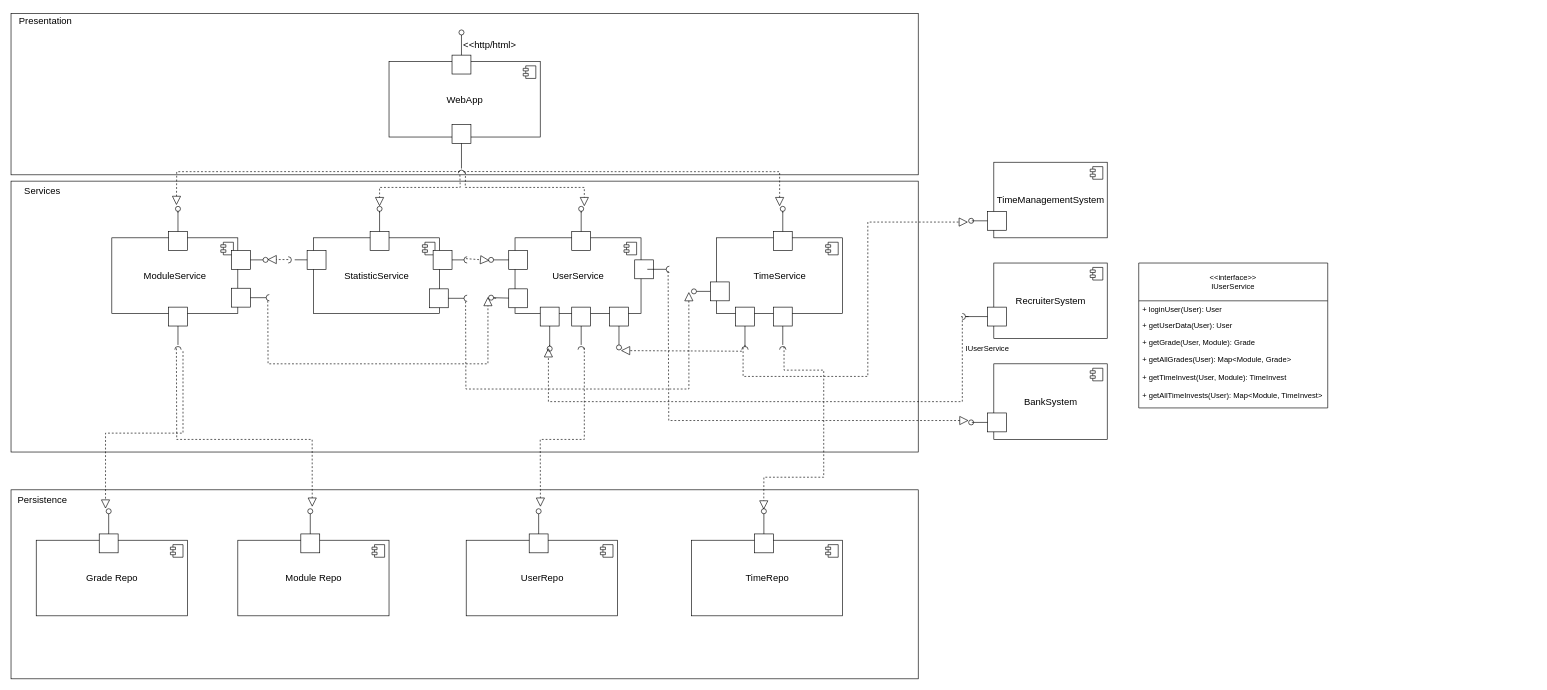
This is Diagrams/component.drawio from LeaRain/Studentrack, a draw.io file, before an edit. Source tidied: cells renumbered, new cells numbered last; positions are measured from the earlier drawing's top-left corner, leaving out a move shared by most shapes. Both pictures are drawn from the tidied source at 63%, with x=0, y=0 at pixel (11, 11).
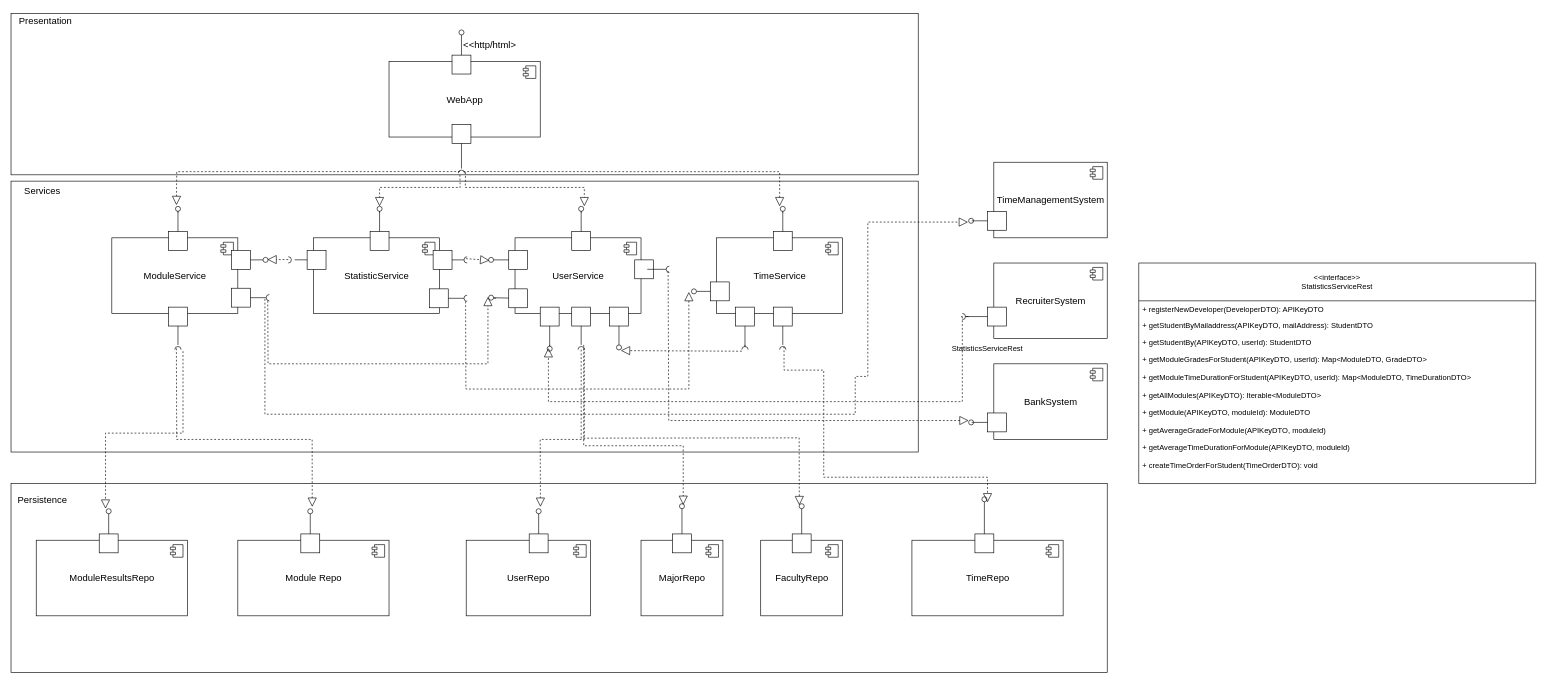
The same diagram, later.

Commit message (it also covers changes not shown here):
UML updates, API updates

The change refers to these unchanged cells:
```xml
<mxCell id="37" style="shape=requiredInterface;html=1;fontSize=11;align=center;fillColor=none;points=[];verticalAlign=bottom;labelPosition=center;verticalLabelPosition=top;flipH=1;rotation=90;" parent="1" vertex="1">
  <mxGeometry x="902.5" y="530" width="5" height="10" as="geometry" />
</mxCell>
<mxCell id="46" style="shape=requiredInterface;html=1;fontSize=11;align=center;fillColor=none;points=[];verticalAlign=bottom;labelPosition=center;verticalLabelPosition=top;flipH=1;rotation=90;" parent="1" vertex="1">
  <mxGeometry x="1222.5" y="530" width="5" height="10" as="geometry" />
</mxCell>
<mxCell id="84" style="shape=requiredInterface;html=1;fontSize=11;align=center;fillColor=none;points=[];verticalAlign=bottom;labelPosition=center;verticalLabelPosition=top;flipH=1;" parent="1" vertex="1">
  <mxGeometry x="405" y="450" width="5" height="10" as="geometry" />
</mxCell>
<mxCell id="125" style="shape=requiredInterface;html=1;fontSize=11;align=center;fillColor=none;points=[];verticalAlign=bottom;labelPosition=center;verticalLabelPosition=top;flipH=1;rotation=90;" parent="1" vertex="1">
  <mxGeometry x="1162.5" y="530" width="5" height="10" as="geometry" />
</mxCell>
<mxCell id="127" style="ellipse;html=1;fontSize=11;align=center;fillColor=none;points=[];verticalAlign=bottom;labelPosition=center;verticalLabelPosition=top;flipH=1;" parent="1" vertex="1">
  <mxGeometry x="1520" y="329" width="8" height="8" as="geometry" />
</mxCell>
```

What changed in the source:
```diff
@@
     <mxCell id="2" style="rounded=0;whiteSpace=wrap;html=1;" parent="1" vertex="1">
-      <mxGeometry y="760" width="1440" height="300" as="geometry" />
+      <mxGeometry y="750" width="1740" height="300" as="geometry" />
     </mxCell>
@@
-    <mxCell id="99" style="endArrow=block;dashed=1;endFill=0;endSize=12;html=1;rounded=0;exitX=0.7;exitY=0.8;exitDx=0;exitDy=0;exitPerimeter=0;startArrow=none;entryX=1.125;entryY=0.75;entryDx=0;entryDy=0;entryPerimeter=0;" parent="1" edge="1" source="125" target="127">
+    <mxCell id="99" style="endArrow=block;dashed=1;endFill=0;endSize=12;html=1;rounded=0;startArrow=none;entryX=1.125;entryY=0.75;entryDx=0;entryDy=0;entryPerimeter=0;exitX=1.4;exitY=0.7;exitDx=0;exitDy=0;exitPerimeter=0;" parent="1" edge="1" source="84" target="127">
       <mxGeometry relative="1" as="geometry">
         <Array as="points">
-          <mxPoint x="1162" y="580" />
+          <mxPoint x="403" y="640" />
+          <mxPoint x="790" y="640" />
+          <mxPoint x="1340" y="640" />
           <mxPoint x="1340" y="580" />
           <mxPoint x="1360" y="580" />
           <mxPoint x="1360" y="335" />
         </Array>
       </mxGeometry>
     </mxCell>
@@
     <mxCell id="110" value="&lt;font style=&quot;font-size: 15px&quot;&gt;UserRepo&lt;/font&gt;" style="html=1;" parent="1" vertex="1">
-      <mxGeometry x="722.5" y="840" width="240" height="120" as="geometry" />
+      <mxGeometry x="722.5" y="840" width="197.5" height="120" as="geometry" />
     </mxCell>
@@
     <mxCell id="115" value="&lt;font style=&quot;font-size: 15px&quot;&gt;TimeRepo&lt;/font&gt;" style="html=1;" parent="1" vertex="1">
-      <mxGeometry x="1080" y="840" width="240" height="120" as="geometry" />
+      <mxGeometry x="1430" y="840" width="240" height="120" as="geometry" />
     </mxCell>
@@
     <mxCell id="117" style="html=1;rounded=0;fontSize=15;" parent="1" vertex="1">
-      <mxGeometry x="1180" y="830" width="30" height="30" as="geometry" />
+      <mxGeometry x="1530" y="830" width="30" height="30" as="geometry" />
     </mxCell>
@@
     <mxCell id="119" style="ellipse;html=1;fontSize=11;align=center;fillColor=none;points=[];verticalAlign=bottom;labelPosition=center;verticalLabelPosition=top;flipH=1;" parent="1" vertex="1">
-      <mxGeometry x="1191" y="790" width="8" height="8" as="geometry" />
+      <mxGeometry x="1541" y="771" width="8" height="8" as="geometry" />
     </mxCell>
@@
-    <mxCell id="122" style="endArrow=block;dashed=1;endFill=0;endSize=12;html=1;rounded=0;exitX=0.986;exitY=0.299;exitDx=0;exitDy=0;exitPerimeter=0;entryX=0.527;entryY=0.182;entryDx=0;entryDy=0;entryPerimeter=0;" parent="1" edge="1" source="46" target="119">
+    <mxCell id="122" style="endArrow=block;dashed=1;endFill=0;endSize=12;html=1;rounded=0;exitX=0.986;exitY=0.299;exitDx=0;exitDy=0;exitPerimeter=0;entryX=-0.125;entryY=1.125;entryDx=0;entryDy=0;entryPerimeter=0;" parent="1" edge="1" source="46" target="119">
       <mxGeometry relative="1" as="geometry">
         <Array as="points">
           <mxPoint x="1227" y="570" />
           <mxPoint x="1290" y="570" />
           <mxPoint x="1290" y="740" />
-          <mxPoint x="1195" y="740" />
+          <mxPoint x="1550" y="740" />
         </Array>
       </mxGeometry>
     </mxCell>
@@
-    <mxCell id="140" value="IUserService" style="text;html=1;strokeColor=none;fillColor=none;align=center;verticalAlign=middle;whiteSpace=wrap;rounded=0;" parent="1" vertex="1">
+    <mxCell id="140" value="StatisticsServiceRest" style="text;html=1;strokeColor=none;fillColor=none;align=center;verticalAlign=middle;whiteSpace=wrap;rounded=0;" parent="1" vertex="1">
       <mxGeometry x="1520" y="521" width="60" height="30" as="geometry" />
     </mxCell>
-    <mxCell id="141" value="&lt;&lt;interface&gt;&gt;&#10;IUserService" style="swimlane;fontStyle=0;horizontal=1;startSize=60;fillColor=none;" parent="1" vertex="1">
-      <mxGeometry x="1790" y="400" width="300" height="230" as="geometry" />
+    <mxCell id="141" value="&lt;&lt;interface&gt;&gt;&#10;StatisticsServiceRest" style="swimlane;fontStyle=0;horizontal=1;startSize=60;fillColor=none;" parent="1" vertex="1">
+      <mxGeometry x="1790" y="400" width="630" height="350" as="geometry" />
     </mxCell>
-    <mxCell id="142" value="+ loginUser(User): User" style="text;strokeColor=none;fillColor=none;align=left;verticalAlign=top;spacingLeft=4;spacingRight=4;overflow=hidden;" parent="141" vertex="1">
-      <mxGeometry y="60" width="300" height="26" as="geometry" />
+    <mxCell id="142" value="+ registerNewDeveloper(DeveloperDTO): APIKeyDTO" style="text;strokeColor=none;fillColor=none;align=left;verticalAlign=top;spacingLeft=4;spacingRight=4;overflow=hidden;" parent="141" vertex="1">
+      <mxGeometry y="60" width="630" height="26" as="geometry" />
     </mxCell>
-    <mxCell id="143" value="+ getUserData(User): User" style="text;strokeColor=none;fillColor=none;align=left;verticalAlign=top;spacingLeft=4;spacingRight=4;overflow=hidden;" parent="141" vertex="1">
-      <mxGeometry y="86" width="300" height="26" as="geometry" />
+    <mxCell id="143" value="+ getStudentByMailaddress(APIKeyDTO, mailAddress): StudentDTO" style="text;strokeColor=none;fillColor=none;align=left;verticalAlign=top;spacingLeft=4;spacingRight=4;overflow=hidden;" parent="141" vertex="1">
+      <mxGeometry y="86" width="630" height="26" as="geometry" />
     </mxCell>
-    <mxCell id="144" value="+ getGrade(User, Module): Grade&#10;&#10;+ getAllGrades(User): Map&lt;Module, Grade&gt;&#10;&#10;+ getTimeInvest(User, Module): TimeInvest&#10;&#10;+ getAllTimeInvests(User): Map&lt;Module, TimeInvest&gt;" style="text;strokeColor=none;fillColor=none;align=left;verticalAlign=top;spacingLeft=4;spacingRight=4;overflow=hidden;" parent="141" vertex="1">
-      <mxGeometry y="112" width="300" height="118" as="geometry" />
+    <mxCell id="144" value="+ getStudentBy(APIKeyDTO, userId): StudentDTO&#10;&#10;+ getModuleGradesForStudent(APIKeyDTO, userId): Map&lt;ModuleDTO, GradeDTO&gt;&#10;&#10;+ getModuleTimeDurationForStudent(APIKeyDTO, userId): Map&lt;ModuleDTO, TimeDurationDTO&gt;&#10;&#10;+ getAllModules(APIKeyDTO): Iterable&lt;ModuleDTO&gt;&#10;&#10;+ getModule(APIKeyDTO, moduleId): ModuleDTO&#10;&#10;+ getAverageGradeForModule(APIKeyDTO, moduleId)&#10;&#10;+ getAverageTimeDurationForModule(APIKeyDTO, moduleId)&#10;&#10;+ createTimeOrderForStudent(TimeOrderDTO): void" style="text;strokeColor=none;fillColor=none;align=left;verticalAlign=top;spacingLeft=4;spacingRight=4;overflow=hidden;" parent="141" vertex="1">
+      <mxGeometry y="112" width="630" height="238" as="geometry" />
     </mxCell>
-    <mxCell id="145" value="&lt;font style=&quot;font-size: 15px&quot;&gt;Grade Repo&lt;/font&gt;" style="html=1;" parent="1" vertex="1">
+    <mxCell id="145" value="&lt;font style=&quot;font-size: 15px&quot;&gt;ModuleResultsRepo&lt;br&gt;&lt;/font&gt;" style="html=1;" parent="1" vertex="1">
       <mxGeometry x="40" y="840" width="240" height="120" as="geometry" />
     </mxCell>
@@
+    <mxCell id="152" value="&lt;font style=&quot;font-size: 15px&quot;&gt;MajorRepo&lt;/font&gt;" style="html=1;" parent="1" vertex="1">
+      <mxGeometry x="1000" y="840" width="130" height="120" as="geometry" />
+    </mxCell>
+    <mxCell id="153" style="shape=module;jettyWidth=8;jettyHeight=4;" parent="152" vertex="1">
+      <mxGeometry x="1" width="20" height="20" relative="1" as="geometry">
+        <mxPoint x="-27" y="7" as="offset" />
+      </mxGeometry>
+    </mxCell>
+    <mxCell id="154" style="html=1;rounded=0;fontSize=15;" parent="1" vertex="1">
+      <mxGeometry x="1050" y="830" width="30" height="30" as="geometry" />
+    </mxCell>
+    <mxCell id="155" style="endArrow=none;html=1;rounded=0;align=center;verticalAlign=top;endFill=0;labelBackgroundColor=none;endSize=2;fontSize=15;" parent="1" edge="1" source="154" target="156">
+      <mxGeometry relative="1" as="geometry" />
+    </mxCell>
+    <mxCell id="156" style="ellipse;html=1;fontSize=11;align=center;fillColor=none;points=[];verticalAlign=bottom;labelPosition=center;verticalLabelPosition=top;flipH=1;" parent="1" vertex="1">
+      <mxGeometry x="1061" y="782" width="8" height="8" as="geometry" />
+    </mxCell>
+    <mxCell id="157" value="&lt;span style=&quot;font-size: 15px&quot;&gt;FacultyRepo&lt;/span&gt;" style="html=1;" parent="1" vertex="1">
+      <mxGeometry x="1190" y="840" width="130" height="120" as="geometry" />
+    </mxCell>
+    <mxCell id="158" style="shape=module;jettyWidth=8;jettyHeight=4;" parent="157" vertex="1">
+      <mxGeometry x="1" width="20" height="20" relative="1" as="geometry">
+        <mxPoint x="-27" y="7" as="offset" />
+      </mxGeometry>
+    </mxCell>
+    <mxCell id="159" style="html=1;rounded=0;fontSize=15;" parent="1" vertex="1">
+      <mxGeometry x="1240" y="830" width="30" height="30" as="geometry" />
+    </mxCell>
+    <mxCell id="160" style="endArrow=none;html=1;rounded=0;align=center;verticalAlign=top;endFill=0;labelBackgroundColor=none;endSize=2;fontSize=15;startArrow=none;" parent="1" edge="1" source="161">
+      <mxGeometry relative="1" as="geometry">
+        <mxPoint x="1255" y="790" as="targetPoint" />
+      </mxGeometry>
+    </mxCell>
+    <mxCell id="161" style="ellipse;html=1;fontSize=11;align=center;fillColor=none;points=[];verticalAlign=bottom;labelPosition=center;verticalLabelPosition=top;flipH=1;" parent="1" vertex="1">
+      <mxGeometry x="1251" y="782" width="8" height="8" as="geometry" />
+    </mxCell>
+    <mxCell id="162" style="endArrow=none;html=1;rounded=0;align=center;verticalAlign=top;endFill=0;labelBackgroundColor=none;endSize=2;fontSize=15;" parent="1" edge="1" source="159" target="161">
+      <mxGeometry relative="1" as="geometry" />
+    </mxCell>
+    <mxCell id="163" style="endArrow=block;dashed=1;endFill=0;endSize=12;html=1;rounded=0;entryX=0.25;entryY=0.25;entryDx=0;entryDy=0;entryPerimeter=0;exitX=1.5;exitY=0.1;exitDx=0;exitDy=0;exitPerimeter=0;" parent="1" edge="1" source="37" target="156">
+      <mxGeometry relative="1" as="geometry">
+        <Array as="points">
+          <mxPoint x="909" y="690" />
+          <mxPoint x="1067" y="690" />
+        </Array>
+      </mxGeometry>
+    </mxCell>
+    <mxCell id="164" style="endArrow=block;dashed=1;endFill=0;endSize=12;html=1;rounded=0;entryX=0.145;entryY=-0.373;entryDx=0;entryDy=0;entryPerimeter=0;" parent="1" edge="1" source="37">
+      <mxGeometry relative="1" as="geometry">
+        <mxPoint x="1251.3" y="784.5" as="targetPoint" />
+        <Array as="points">
+          <mxPoint x="905" y="678" />
+          <mxPoint x="1251" y="677.5" />
+        </Array>
+      </mxGeometry>
+    </mxCell>
```
